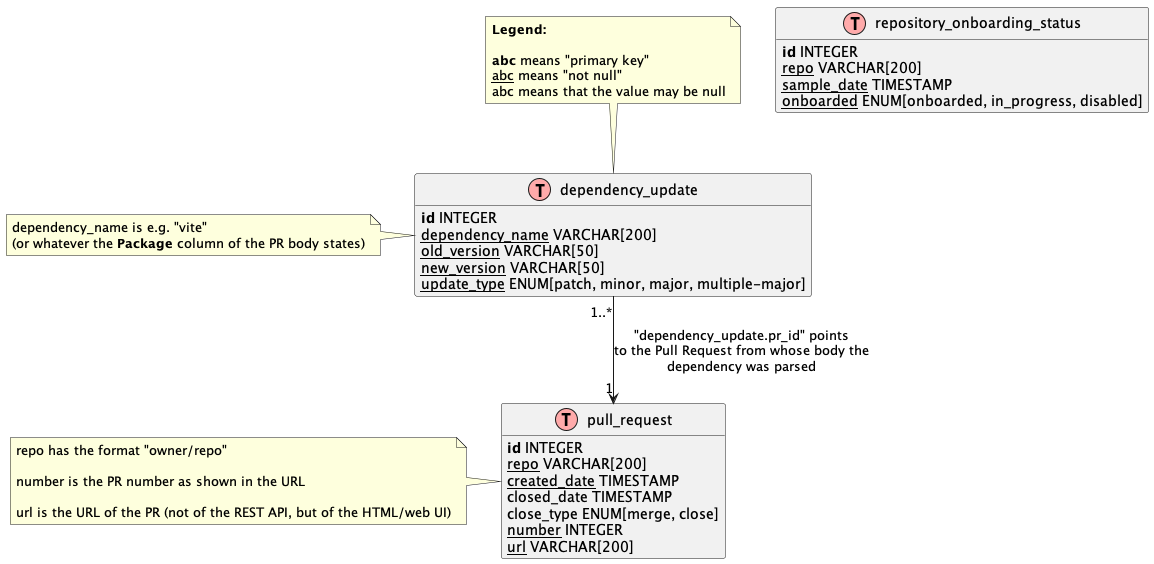
Before: readme-assets/entity-relationship-model.png, a diagram exported from PlantUML (MShekow/renovate-pr-visualization).
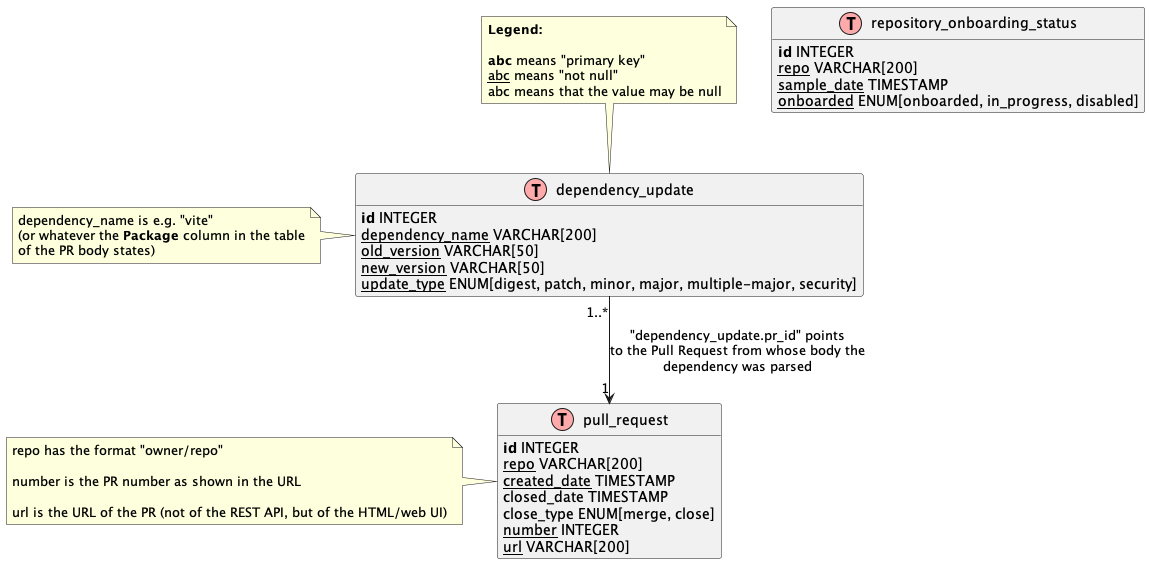
The same file after the commit.

The edit, as a diff of the source:
```diff
@@ -13,7 +13,7 @@
     not_null(dependency_name) VARCHAR[200]
     not_null(old_version) VARCHAR[50]
     not_null(new_version) VARCHAR[50]
-    not_null(update_type) ENUM[patch, minor, major, multiple-major]
+    not_null(update_type) ENUM[digest, patch, minor, major, multiple-major, security]
 }
 
 Table(pull_request, "pull_request") {
@@ -43,7 +43,8 @@
 
 note left of "dependency_update"
 dependency_name is e.g. "vite"
-(or whatever the **Package** column of the PR body states)
+(or whatever the **Package** column in the table
+of the PR body states)
 end note
 
 note left of "pull_request"
```
